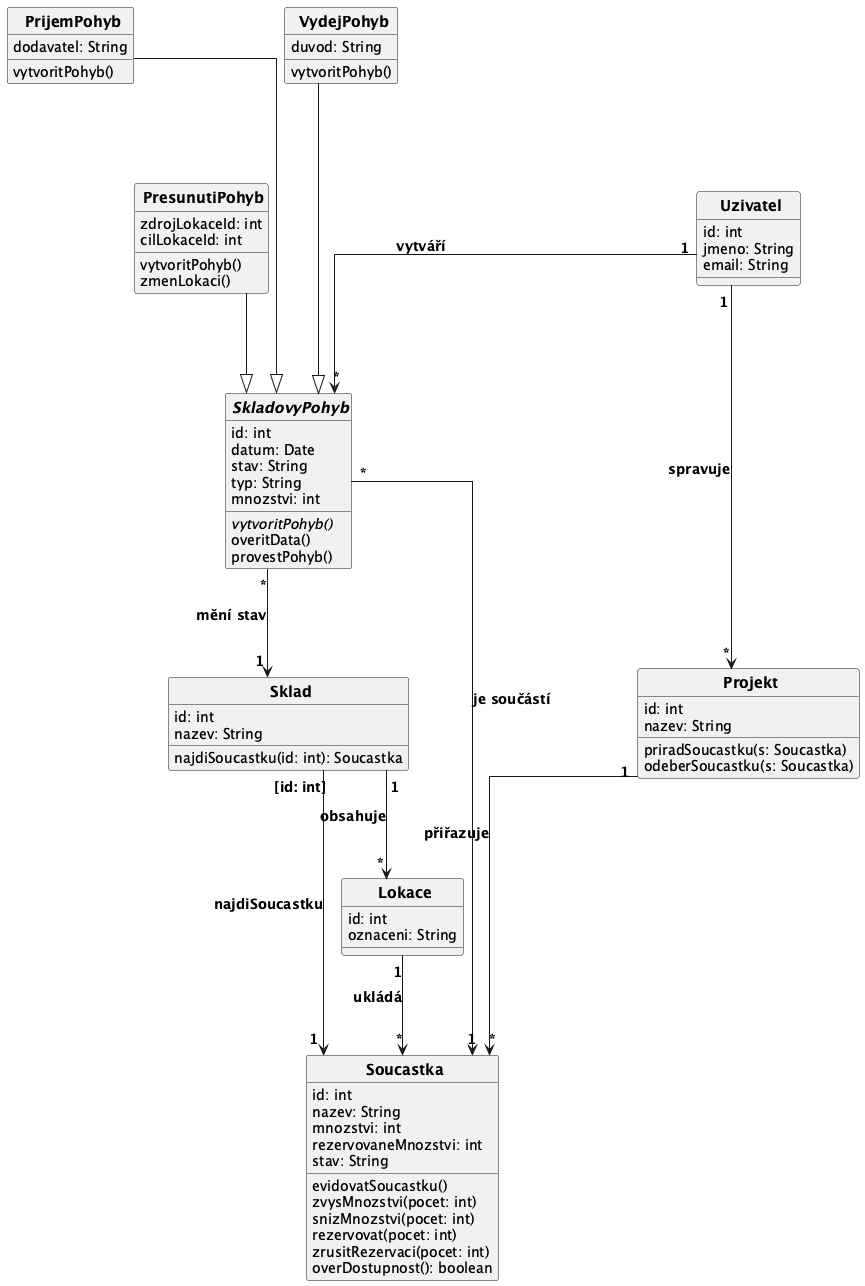
lkvapil/wms-elektronicke-soucastky keeps this PlantUML diagram as docs/images/02_class_diagram.png. Above is the earlier version.
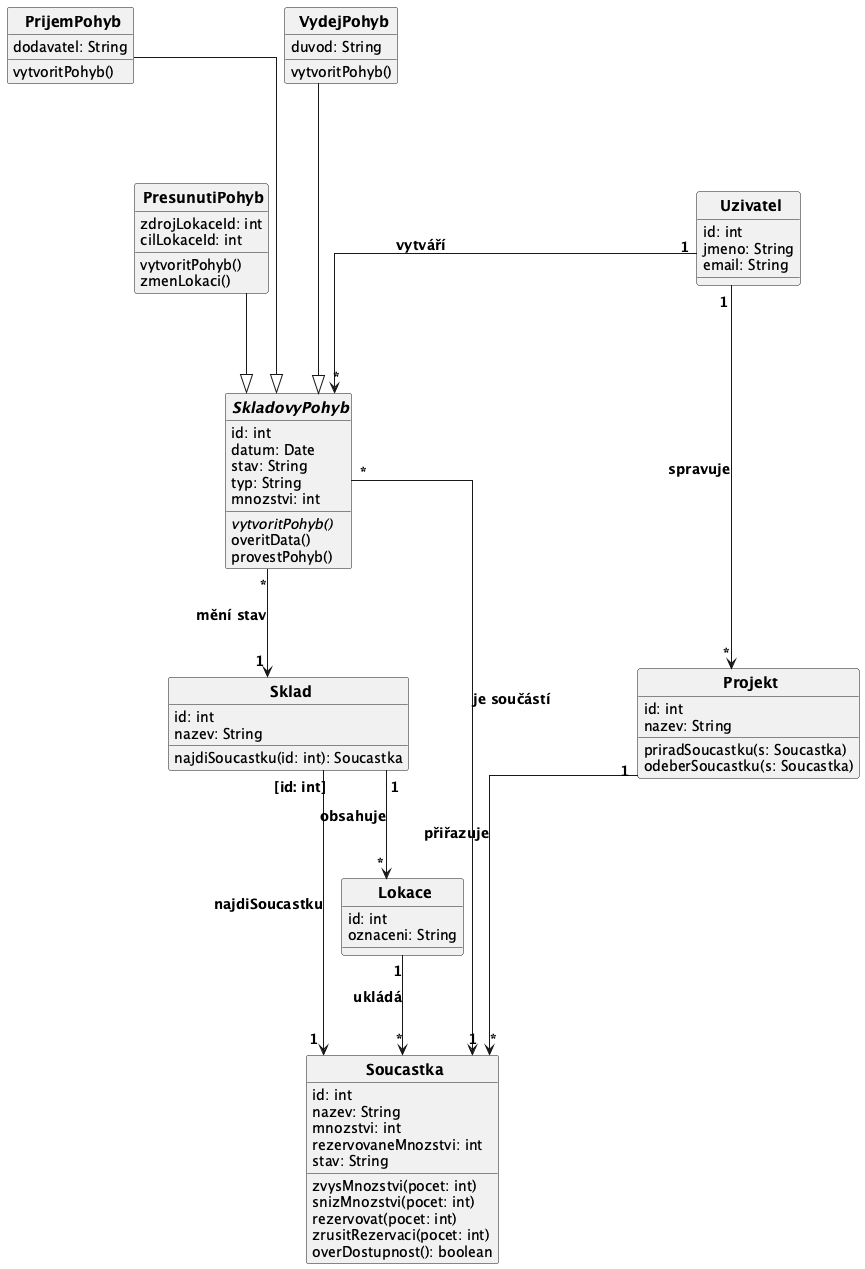
The same file after the commit.

Commit message:
Soucastka – odstraněna evidovatSoucastku(), vytvoření objektu = evidence

What changed in the source:
```diff
@@ -30,7 +30,6 @@
   mnozstvi: int
   rezervovaneMnozstvi: int
   stav: String
-  evidovatSoucastku()
   zvysMnozstvi(pocet: int)
   snizMnozstvi(pocet: int)
   rezervovat(pocet: int)
```
